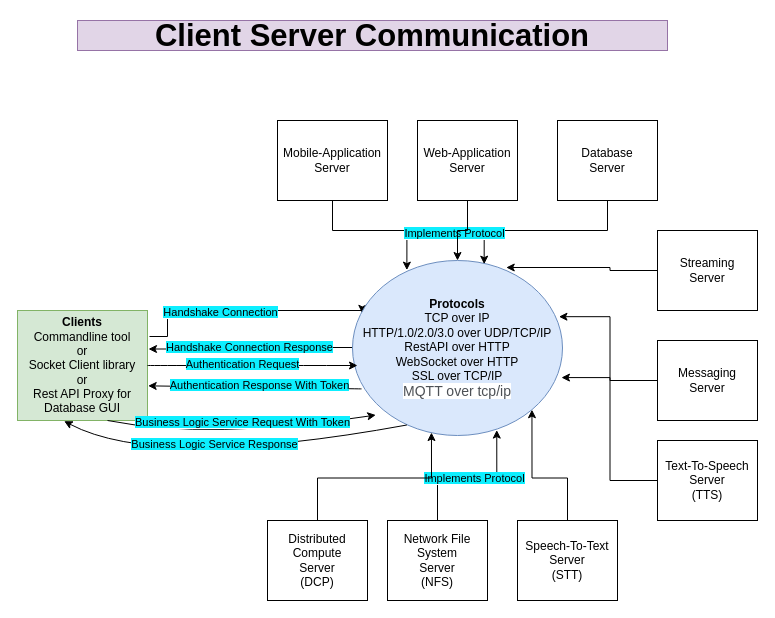
Earlier version of the draw.io diagram ClientServerCommunication.drawio (rishant/system-design-architecture). Source tidied: cells renumbered, new cells numbered last; positions are measured from the earlier drawing's top-left corner, leaving out a move shared by most shapes. Both pictures are drawn from the tidied source at 100%, with x=0, y=0 at pixel (17, 20).
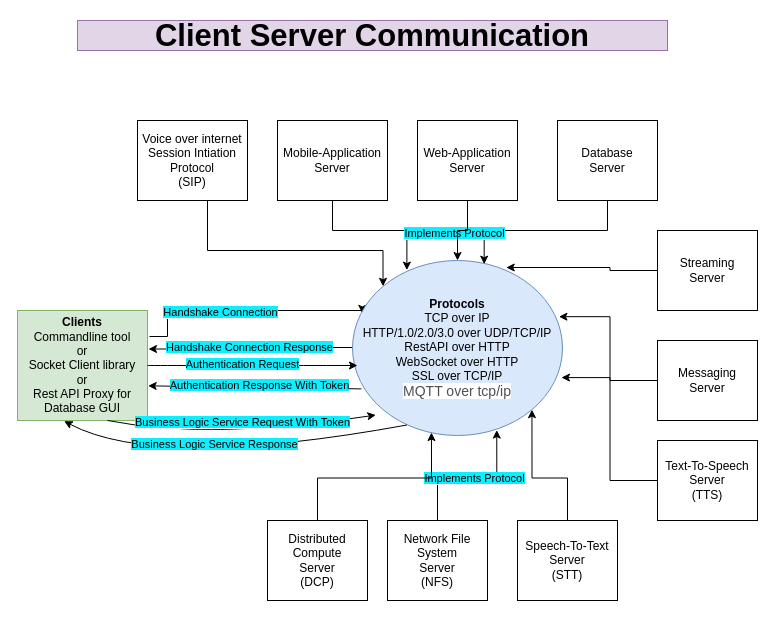
After the change.

The change refers to these unchanged cells:
```xml
<mxCell id="7" value="&lt;span&gt;&lt;b&gt;Protocols&lt;/b&gt;&lt;/span&gt;&lt;br&gt;&lt;span&gt;TCP over IP&lt;/span&gt;&lt;br&gt;&lt;span&gt;HTTP/1.0/2.0/3.0 over UDP/TCP/IP&lt;/span&gt;&lt;br&gt;&lt;span&gt;RestAPI over HTTP&lt;br&gt;WebSocket over HTTP&lt;br&gt;SSL over TCP/IP&lt;br&gt;&lt;/span&gt;&lt;span style=&quot;color: rgb(77 , 81 , 86) ; font-family: &amp;#34;arial&amp;#34; , sans-serif ; font-size: 14px ; text-align: left ; background-color: rgb(255 , 255 , 255)&quot;&gt;MQTT over tcp/ip&lt;/span&gt;&lt;span&gt;&lt;br&gt;&lt;/span&gt;" style="ellipse;whiteSpace=wrap;html=1;fillColor=#dae8fc;strokeColor=#6c8ebf;" parent="1" vertex="1">
  <mxGeometry x="335" y="240" width="210" height="175" as="geometry" />
</mxCell>
```

Change to the diagram source:
```diff
@@
+    <mxCell id="38" style="edgeStyle=orthogonalEdgeStyle;rounded=0;jettySize=auto;html=1;entryX=0;entryY=0;entryDx=0;entryDy=0;" parent="1" edge="1" source="39" target="7">
+      <mxGeometry relative="1" as="geometry">
+        <Array as="points">
+          <mxPoint x="190" y="230" />
+          <mxPoint x="366" y="230" />
+        </Array>
+      </mxGeometry>
+    </mxCell>
+    <mxCell id="39" value="Voice over internet&lt;br&gt;Session Intiation Protocol&lt;br&gt;(SIP)" style="rounded=0;whiteSpace=wrap;html=1;" parent="1" vertex="1">
+      <mxGeometry x="120" y="100" width="110" height="80" as="geometry" />
+    </mxCell>
```
